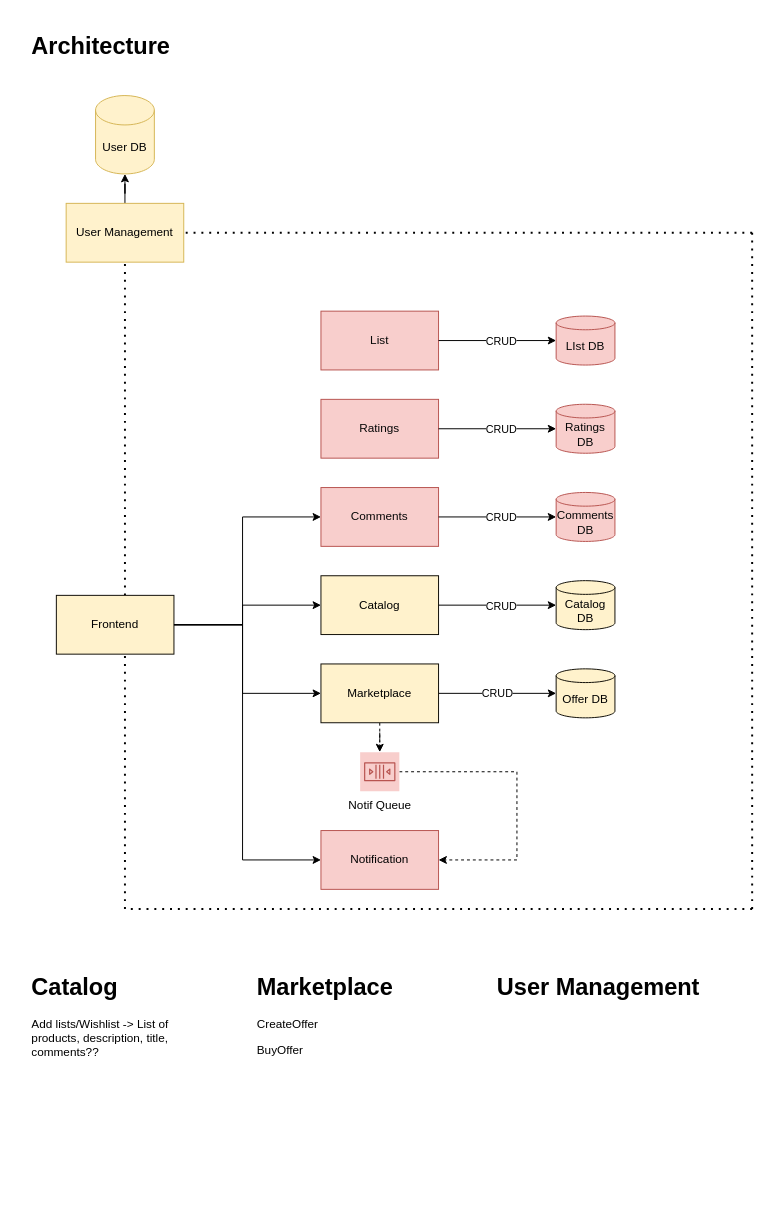
This is page "Architecture" (1 of 4) of doc/diagrams/architecture.drawio from FranciscoBarao/go-app, a draw.io file, before an edit. Source tidied: cells renumbered, new cells numbered last; positions are measured from the earlier drawing's top-left corner, leaving out a move shared by most shapes. Both pictures are drawn from the tidied source at 98%, with x=0, y=0 at pixel (26, 26).
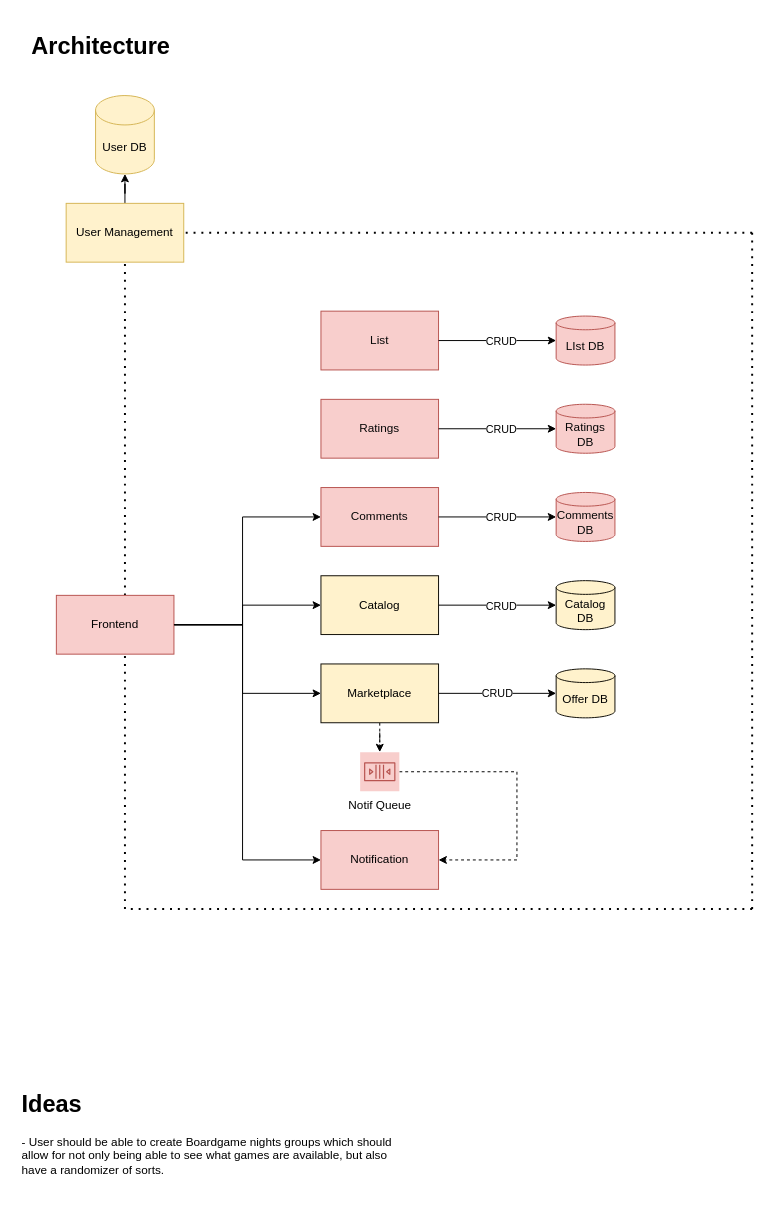
The same diagram, later.

The edit, as a diff of the source:
```diff
@@
-    <mxCell id="16" value="&lt;h1&gt;Marketplace&lt;/h1&gt;&lt;p&gt;CreateOffer&lt;/p&gt;&lt;p&gt;BuyOffer&lt;/p&gt;&lt;p&gt;&lt;br&gt;&lt;/p&gt;" style="text;html=1;strokeColor=none;fillColor=none;spacing=5;spacingTop=-20;whiteSpace=wrap;overflow=hidden;rounded=0;" parent="1" vertex="1">
-      <mxGeometry x="230" y="960" width="190" height="120" as="geometry" />
-    </mxCell>
-    <mxCell id="17" value="&lt;h1&gt;Catalog&lt;/h1&gt;&lt;p&gt;&lt;span&gt;Add lists/Wishlist -&amp;gt; List of products, description, title, comments??&lt;/span&gt;&lt;br&gt;&lt;/p&gt;&lt;p&gt;&lt;br&gt;&lt;/p&gt;" style="text;html=1;strokeColor=none;fillColor=none;spacing=5;spacingTop=-20;whiteSpace=wrap;overflow=hidden;rounded=0;" parent="1" vertex="1">
-      <mxGeometry y="960" width="190" height="120" as="geometry" />
-    </mxCell>
@@
-    <mxCell id="20" value="&lt;h1&gt;User Management&lt;/h1&gt;" style="text;html=1;strokeColor=none;fillColor=none;spacing=5;spacingTop=-20;whiteSpace=wrap;overflow=hidden;rounded=0;" parent="1" vertex="1">
-      <mxGeometry x="475" y="960" width="230" height="120" as="geometry" />
-    </mxCell>
@@
-    <mxCell id="25" value="Frontend" style="rounded=0;whiteSpace=wrap;html=1;fillColor=#fff2cc;strokeColor=#0F0D06;fontColor=#000000;" parent="1" vertex="1">
+    <mxCell id="25" value="&lt;font color=&quot;#000000&quot;&gt;Frontend&lt;/font&gt;" style="rounded=0;whiteSpace=wrap;html=1;fillColor=#f8cecc;strokeColor=#b85450;" parent="1" vertex="1">
       <mxGeometry x="30" y="580" width="120" height="60" as="geometry" />
     </mxCell>
@@
+    <mxCell id="41" value="&lt;h1&gt;Ideas&lt;/h1&gt;&lt;p&gt;- User should be able to create Boardgame nights groups which should allow for not only being able to see what games are available, but also have a randomizer of sorts.&lt;/p&gt;" style="text;html=1;strokeColor=none;fillColor=none;spacing=5;spacingTop=-20;whiteSpace=wrap;overflow=hidden;rounded=0;" parent="1" vertex="1">
+      <mxGeometry x="-10" y="1080" width="410" height="120" as="geometry" />
+    </mxCell>
```
